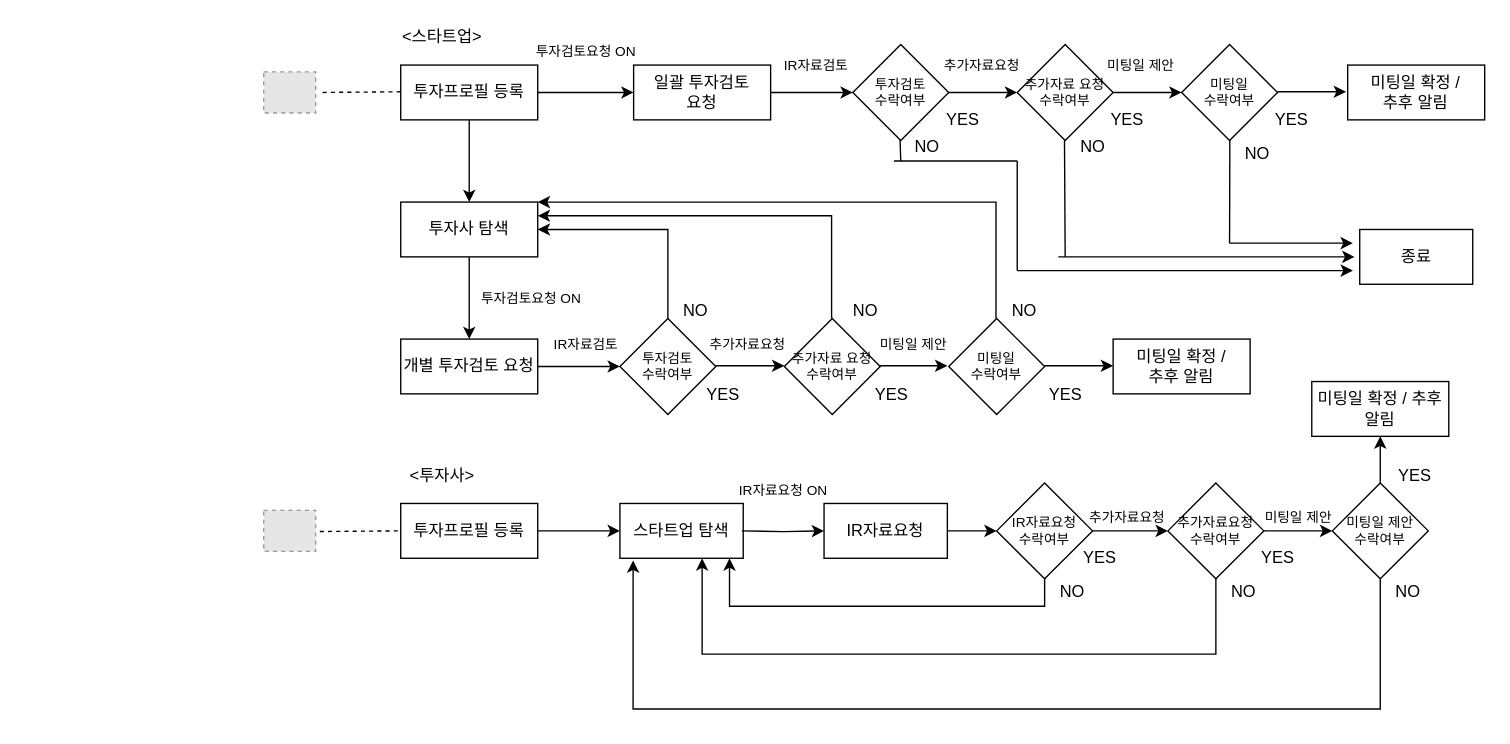
This is 비즈니스나우(투자)_RESET버젼.drawio from Lucidhomme/TIL, a draw.io file, before an edit. Source tidied: cells renumbered, new cells numbered last; positions are measured from the earlier drawing's top-left corner, leaving out a move shared by most shapes. Both pictures are drawn from the tidied source at 137%, with x=0, y=0 at pixel (263, 23). Pictures stored in the file or linked from it are replaced by grey dashed boxes.
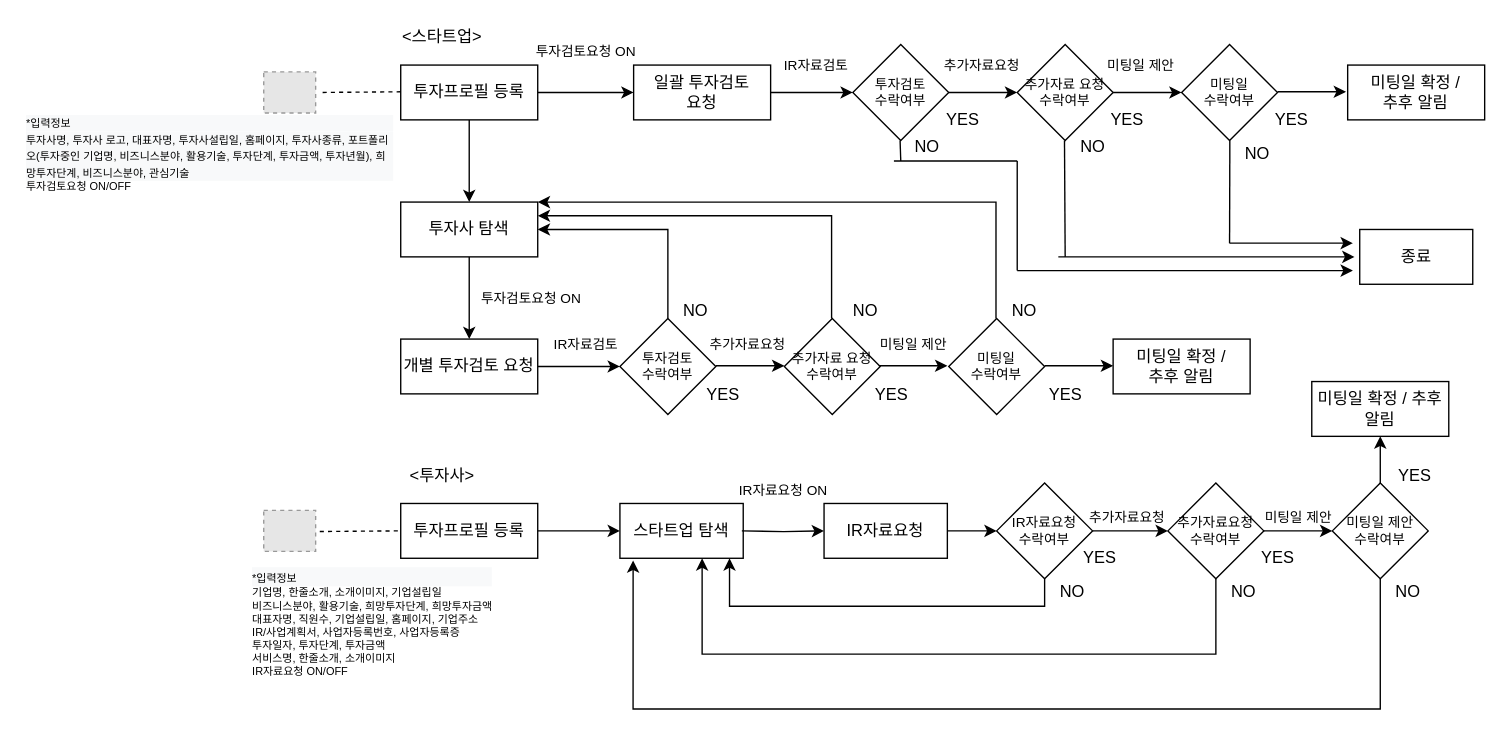
The same page after the edit.

Commit message (it also covers changes not shown here):
Update 비즈니스나우(투자)_RESET버젼.drawio

Change to the diagram source:
```diff
@@
+    <mxCell id="88" value="&lt;div style=&quot;color: rgb(0 , 0 , 0) ; font-family: &amp;#34;helvetica&amp;#34; ; font-size: 12px ; font-style: normal ; font-weight: 400 ; letter-spacing: normal ; text-indent: 0px ; text-transform: none ; word-spacing: 0px ; background-color: rgb(248 , 249 , 250) ; text-align: left&quot;&gt;&lt;span style=&quot;font-size: 8px&quot;&gt;*입력정보&lt;/span&gt;&lt;/div&gt;&lt;font style=&quot;color: rgb(0 , 0 , 0) ; font-family: &amp;#34;helvetica&amp;#34; ; font-style: normal ; font-weight: 400 ; letter-spacing: normal ; text-align: center ; text-indent: 0px ; text-transform: none ; word-spacing: 0px ; background-color: rgb(248 , 249 , 250) ; font-size: 8px&quot;&gt;&lt;div style=&quot;text-align: left&quot;&gt;&lt;span&gt;기업명, 한줄소개, 소개이미지, 기업설립일&lt;/span&gt;&lt;/div&gt;&lt;div style=&quot;text-align: left&quot;&gt;&lt;span&gt;비즈니스분야, 활용기술, 희망투자단계, 희망투자금액&lt;/span&gt;&lt;/div&gt;&lt;div style=&quot;text-align: left&quot;&gt;&lt;span&gt;대표자명, 직원수, 기업설립일, 홈페이지, 기업주소&lt;/span&gt;&lt;/div&gt;&lt;div style=&quot;text-align: left&quot;&gt;&lt;span&gt;IR/사업계획서, 사업자등록번호, 사업자등록증&lt;/span&gt;&lt;/div&gt;&lt;div style=&quot;text-align: left&quot;&gt;투자일자, 투자단계, 투자금액&lt;/div&gt;&lt;div style=&quot;text-align: left&quot;&gt;&lt;span&gt;서비스명, 한줄소개, 소개이미지&amp;nbsp;&lt;/span&gt;&lt;/div&gt;&lt;div style=&quot;text-align: left&quot;&gt;IR자료요청 ON/OFF&lt;/div&gt;&lt;/font&gt;" style="text;whiteSpace=wrap;html=1;fontSize=10;" parent="1" vertex="1">
+      <mxGeometry x="-10" y="390" width="270" height="100" as="geometry" />
+    </mxCell>
+    <mxCell id="89" value="&lt;div style=&quot;color: rgb(0 , 0 , 0) ; font-family: &amp;#34;helvetica&amp;#34; ; font-style: normal ; font-weight: 400 ; letter-spacing: normal ; text-indent: 0px ; text-transform: none ; word-spacing: 0px ; background-color: rgb(248 , 249 , 250) ; text-align: left&quot;&gt;&lt;span style=&quot;font-size: 8px&quot;&gt;*입력정보&lt;/span&gt;&lt;/div&gt;&lt;div style=&quot;text-indent: 0px ; background-color: rgb(248 , 249 , 250) ; text-align: left&quot;&gt;&lt;font face=&quot;helvetica&quot;&gt;&lt;span style=&quot;font-size: 8px&quot;&gt;투자사명, 투자사 로고, 대표자명, 투자사설립일, 홈페이지, 투자사종류, 포트폴리오(투자중인 기업명, 비즈니스분야, 활용기술, 투자단계, 투자금액, 투자년월), 희망투자단계, 비즈니스분야, 관심기술&lt;/span&gt;&lt;/font&gt;&lt;br&gt;&lt;/div&gt;&lt;font style=&quot;color: rgb(0 , 0 , 0) ; font-family: &amp;#34;helvetica&amp;#34; ; font-style: normal ; font-weight: 400 ; letter-spacing: normal ; text-align: center ; text-indent: 0px ; text-transform: none ; word-spacing: 0px ; background-color: rgb(248 , 249 , 250) ; font-size: 8px&quot;&gt;&lt;div style=&quot;text-align: left&quot;&gt;투자검토요청 ON/OFF&lt;/div&gt;&lt;/font&gt;" style="text;whiteSpace=wrap;html=1;fontSize=10;" parent="1" vertex="1">
+      <mxGeometry x="-175" y="60" width="270" height="100" as="geometry" />
+    </mxCell>
```
